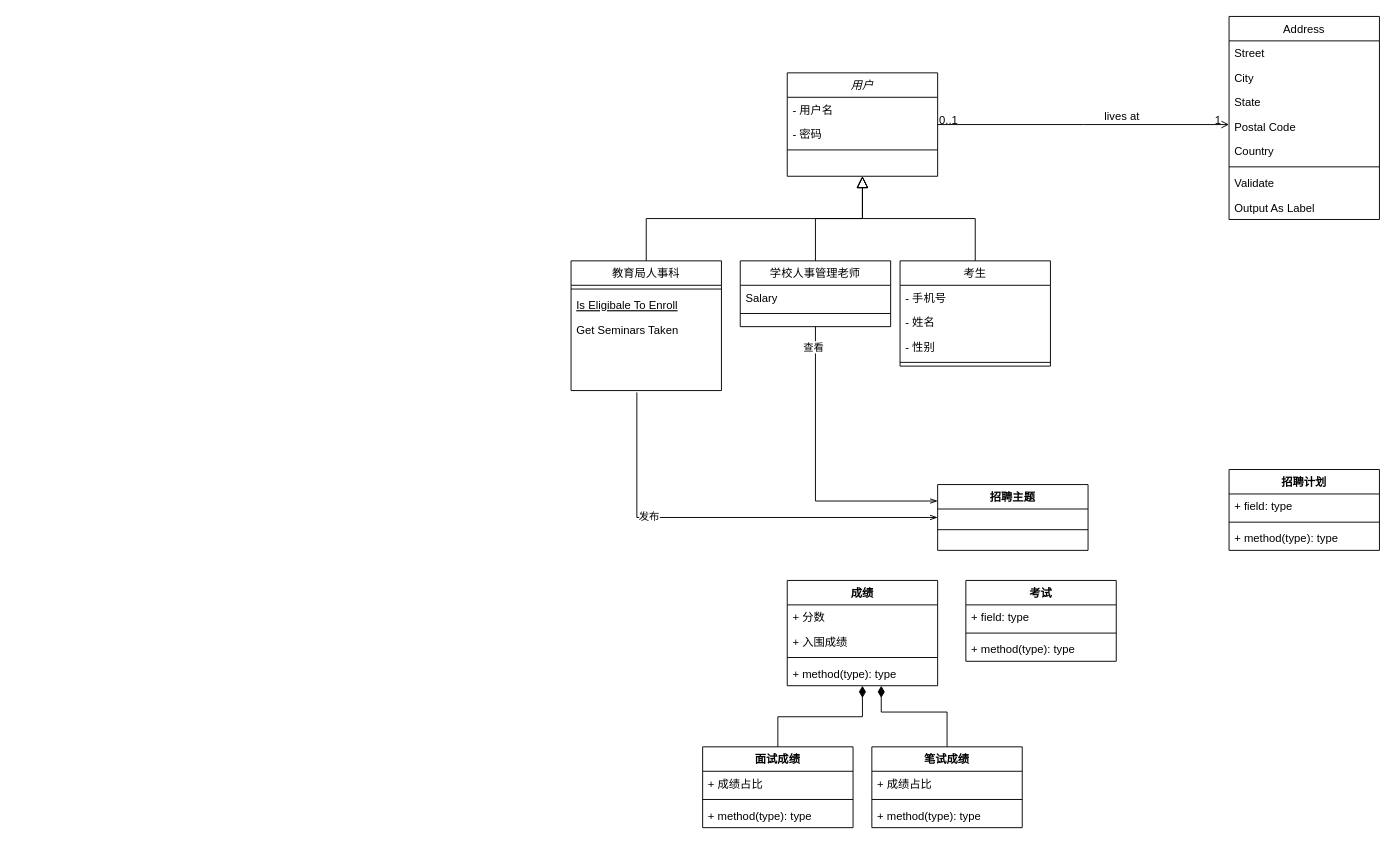
Before: Soft Engine.drawio in ylsAbyss/Soft-Engine, a draw.io diagram. Source tidied: cells renumbered, new cells numbered last; positions are measured from the earlier drawing's top-left corner, leaving out a move shared by most shapes. Both pictures are drawn from the tidied source at 94%, with x=0, y=0 at pixel (571, 16).
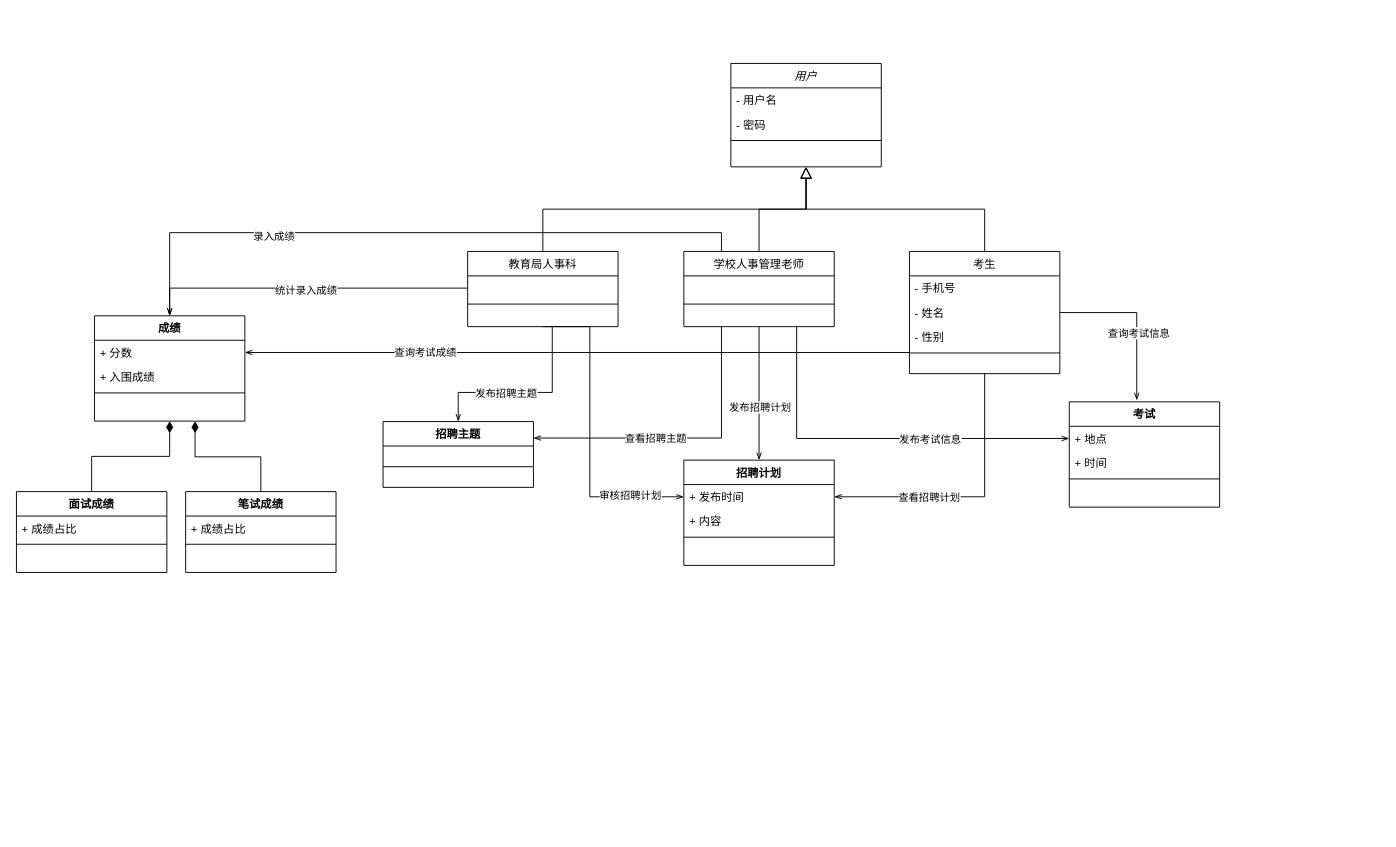
The same diagram, later.

Unchanged cells that the change refers to:
```xml
<mxCell id="32" value="- 姓名" style="text;align=left;verticalAlign=top;spacingLeft=4;spacingRight=4;overflow=hidden;points=[[0,0.5],[1,0.5]];portConstraint=eastwest;" parent="30" vertex="1">
  <mxGeometry y="52" width="160" height="26" as="geometry" />
</mxCell>
<mxCell id="41" value="+ 分数" style="text;strokeColor=none;fillColor=none;align=left;verticalAlign=top;spacingLeft=4;spacingRight=4;overflow=hidden;points=[[0,0.5],[1,0.5]];portConstraint=eastwest;" parent="40" vertex="1">
  <mxGeometry y="26" width="160" height="26" as="geometry" />
</mxCell>
```

What changed in the source:
```diff
@@
     <mxCell id="2" value="用户" style="swimlane;fontStyle=2;align=center;verticalAlign=top;horizontal=1;startSize=26;rounded=0;shadow=0;strokeWidth=1;" parent="1" vertex="1">
-      <mxGeometry x="230" y="60" width="160" height="110" as="geometry" />
+      <mxGeometry x="170" y="50" width="160" height="110" as="geometry" />
     </mxCell>
@@
+    <mxCell id="63" style="edgeStyle=orthogonalEdgeStyle;rounded=0;jettySize=auto;html=1;exitX=0.5;exitY=1;exitDx=0;exitDy=0;endArrow=openThin;endFill=0;entryX=0;entryY=0.5;entryDx=0;entryDy=0;" parent="1" edge="1" source="6" target="37">
+      <mxGeometry relative="1" as="geometry">
+        <Array as="points">
+          <mxPoint x="20" y="511" />
+        </Array>
+      </mxGeometry>
+    </mxCell>
+    <mxCell id="64" value="审核招聘计划" style="edgeLabel;html=1;align=center;verticalAlign=middle;" parent="63" vertex="1">
+      <mxGeometry x="0.21" y="2" relative="1" as="geometry">
+        <mxPoint x="40" y="29" as="offset" />
+      </mxGeometry>
+    </mxCell>
     <mxCell id="6" value="教育局人事科" style="swimlane;fontStyle=0;align=center;verticalAlign=top;horizontal=1;startSize=26;rounded=0;shadow=0;strokeWidth=1;" parent="1" vertex="1">
-      <mxGeometry y="260" width="160" height="138" as="geometry" />
+      <mxGeometry x="-110" y="250" width="160" height="80" as="geometry" />
     </mxCell>
+    <mxCell id="65" value=" " style="text;align=left;verticalAlign=top;spacingLeft=4;spacingRight=4;overflow=hidden;points=[[0,0.5],[1,0.5]];portConstraint=eastwest;" parent="6" vertex="1">
+      <mxGeometry y="26" width="160" height="26" as="geometry" />
+    </mxCell>
     <mxCell id="7" style="line;html=1;strokeWidth=1;align=left;verticalAlign=middle;spacingTop=-1;spacingLeft=3;spacingRight=3;labelPosition=right;" parent="6" vertex="1">
-      <mxGeometry y="26" width="160" height="8" as="geometry" />
+      <mxGeometry y="52" width="160" height="8" as="geometry" />
     </mxCell>
-    <mxCell id="8" value="Is Eligibale To Enroll" style="text;align=left;verticalAlign=top;spacingLeft=4;spacingRight=4;overflow=hidden;fontStyle=4;" parent="6" vertex="1">
-      <mxGeometry y="34" width="160" height="26" as="geometry" />
-    </mxCell>
-    <mxCell id="9" value="Get Seminars Taken" style="text;align=left;verticalAlign=top;spacingLeft=4;spacingRight=4;overflow=hidden;" parent="6" vertex="1">
-      <mxGeometry y="60" width="160" height="26" as="geometry" />
-    </mxCell>
@@
-    <mxCell id="11" style="edgeStyle=orthogonalEdgeStyle;rounded=0;jettySize=auto;html=1;exitX=0.5;exitY=1;exitDx=0;exitDy=0;entryX=0;entryY=0.25;entryDx=0;entryDy=0;endArrow=openThin;endFill=0;" parent="1" edge="1" source="13" target="49">
+    <mxCell id="11" style="edgeStyle=orthogonalEdgeStyle;rounded=0;jettySize=auto;html=1;exitX=0.25;exitY=1;exitDx=0;exitDy=0;entryX=1;entryY=0.25;entryDx=0;entryDy=0;endArrow=openThin;endFill=0;" parent="1" edge="1" source="13" target="49">
       <mxGeometry relative="1" as="geometry" />
     </mxCell>
-    <mxCell id="12" value="查看" style="edgeLabel;html=1;align=center;verticalAlign=middle;" parent="11" vertex="1">
-      <mxGeometry x="-0.87" y="-3" relative="1" as="geometry" />
-    </mxCell>
+    <mxCell id="66" value="查看招聘主题" style="edgeLabel;html=1;align=center;verticalAlign=middle;" parent="11" vertex="1">
+      <mxGeometry x="-0.09" y="-2" relative="1" as="geometry">
+        <mxPoint x="-44.3" y="2.4" as="offset" />
+      </mxGeometry>
+    </mxCell>
+    <mxCell id="67" style="edgeStyle=orthogonalEdgeStyle;rounded=0;jettySize=auto;html=1;exitX=0.5;exitY=1;exitDx=0;exitDy=0;endArrow=openThin;endFill=0;entryX=0.5;entryY=0;entryDx=0;entryDy=0;" parent="1" edge="1" source="13" target="36">
+      <mxGeometry relative="1" as="geometry" />
+    </mxCell>
+    <mxCell id="68" value="发布招聘计划" style="edgeLabel;html=1;align=center;verticalAlign=middle;" parent="67" vertex="1">
+      <mxGeometry x="0.26" y="3" relative="1" as="geometry">
+        <mxPoint x="-3" y="-4" as="offset" />
+      </mxGeometry>
+    </mxCell>
+    <mxCell id="69" style="edgeStyle=orthogonalEdgeStyle;rounded=0;jettySize=auto;html=1;exitX=0.25;exitY=0;exitDx=0;exitDy=0;entryX=0.5;entryY=0;entryDx=0;entryDy=0;endArrow=openThin;endFill=0;" parent="1" edge="1" source="13" target="40">
+      <mxGeometry relative="1" as="geometry" />
+    </mxCell>
+    <mxCell id="70" value="录入成绩" style="edgeLabel;html=1;align=center;verticalAlign=middle;" parent="69" vertex="1">
+      <mxGeometry x="0.43" y="3" relative="1" as="geometry" />
+    </mxCell>
+    <mxCell id="71" style="edgeStyle=orthogonalEdgeStyle;rounded=0;jettySize=auto;html=1;exitX=0.75;exitY=1;exitDx=0;exitDy=0;entryX=0;entryY=0.5;entryDx=0;entryDy=0;endArrow=openThin;endFill=0;" parent="1" edge="1" source="13" target="46">
+      <mxGeometry relative="1" as="geometry" />
+    </mxCell>
+    <mxCell id="72" value="发布考试信息" style="edgeLabel;html=1;align=center;verticalAlign=middle;" parent="71" vertex="1">
+      <mxGeometry x="0.47" relative="1" as="geometry">
+        <mxPoint x="-41" as="offset" />
+      </mxGeometry>
+    </mxCell>
     <mxCell id="13" value="学校人事管理老师" style="swimlane;fontStyle=0;align=center;verticalAlign=top;horizontal=1;startSize=26;rounded=0;shadow=0;strokeWidth=1;" parent="1" vertex="1">
-      <mxGeometry x="180" y="260" width="160" height="70" as="geometry" />
+      <mxGeometry x="120" y="250" width="160" height="80" as="geometry" />
     </mxCell>
-    <mxCell id="14" value="Salary" style="text;align=left;verticalAlign=top;spacingLeft=4;spacingRight=4;overflow=hidden;" parent="13" vertex="1">
+    <mxCell id="14" value=" " style="text;align=left;verticalAlign=top;spacingLeft=4;spacingRight=4;overflow=hidden;" parent="13" vertex="1">
       <mxGeometry y="26" width="160" height="26" as="geometry" />
     </mxCell>
@@
-    <mxCell id="17" value="Address" style="swimlane;fontStyle=0;align=center;verticalAlign=top;horizontal=1;startSize=26;rounded=0;shadow=0;strokeWidth=1;" parent="1" vertex="1">
-      <mxGeometry x="700" width="160" height="216" as="geometry" />
-    </mxCell>
-    <mxCell id="18" value="Street" style="text;align=left;verticalAlign=top;spacingLeft=4;spacingRight=4;overflow=hidden;" parent="17" vertex="1">
-      <mxGeometry y="26" width="160" height="26" as="geometry" />
-    </mxCell>
-    <mxCell id="19" value="City" style="text;align=left;verticalAlign=top;spacingLeft=4;spacingRight=4;overflow=hidden;rounded=0;shadow=0;html=0;" parent="17" vertex="1">
-      <mxGeometry y="52" width="160" height="26" as="geometry" />
-    </mxCell>
-    <mxCell id="20" value="State" style="text;align=left;verticalAlign=top;spacingLeft=4;spacingRight=4;overflow=hidden;rounded=0;shadow=0;html=0;" parent="17" vertex="1">
-      <mxGeometry y="78" width="160" height="26" as="geometry" />
-    </mxCell>
-    <mxCell id="21" value="Postal Code" style="text;align=left;verticalAlign=top;spacingLeft=4;spacingRight=4;overflow=hidden;rounded=0;shadow=0;html=0;" parent="17" vertex="1">
-      <mxGeometry y="104" width="160" height="26" as="geometry" />
-    </mxCell>
-    <mxCell id="22" value="Country" style="text;align=left;verticalAlign=top;spacingLeft=4;spacingRight=4;overflow=hidden;rounded=0;shadow=0;html=0;" parent="17" vertex="1">
-      <mxGeometry y="130" width="160" height="26" as="geometry" />
-    </mxCell>
-    <mxCell id="23" style="line;html=1;strokeWidth=1;align=left;verticalAlign=middle;spacingTop=-1;spacingLeft=3;spacingRight=3;labelPosition=right;" parent="17" vertex="1">
-      <mxGeometry y="156" width="160" height="8" as="geometry" />
-    </mxCell>
-    <mxCell id="24" value="Validate" style="text;align=left;verticalAlign=top;spacingLeft=4;spacingRight=4;overflow=hidden;" parent="17" vertex="1">
-      <mxGeometry y="164" width="160" height="26" as="geometry" />
-    </mxCell>
-    <mxCell id="25" value="Output As Label" style="text;align=left;verticalAlign=top;spacingLeft=4;spacingRight=4;overflow=hidden;" parent="17" vertex="1">
-      <mxGeometry y="190" width="160" height="26" as="geometry" />
-    </mxCell>
-    <mxCell id="26" style="endArrow=open;shadow=0;strokeWidth=1;rounded=0;endFill=1;edgeStyle=elbowEdgeStyle;elbow=vertical;" parent="1" edge="1" source="2" target="17">
-      <mxGeometry x="0.5" y="41" relative="1" as="geometry">
-        <mxPoint x="-40" y="32" as="offset" />
-      </mxGeometry>
-    </mxCell>
-    <mxCell id="27" value="0..1" style="align=left;verticalAlign=bottom;labelBackgroundColor=none;fontSize=12;" parent="26" vertex="1">
-      <mxGeometry x="-1" relative="1" as="geometry">
-        <mxPoint y="4" as="offset" />
-      </mxGeometry>
-    </mxCell>
-    <mxCell id="28" value="1" style="align=right;verticalAlign=bottom;labelBackgroundColor=none;fontSize=12;" parent="26" vertex="1">
-      <mxGeometry x="1" relative="1" as="geometry">
-        <mxPoint x="-7" y="4" as="offset" />
-      </mxGeometry>
-    </mxCell>
-    <mxCell id="29" value="lives at" style="text;html=1;align=center;verticalAlign=middle;labelBackgroundColor=none;rounded=0;shadow=0;strokeWidth=1;fontSize=12;" parent="26" vertex="1">
-      <mxGeometry x="0.5" y="49" relative="1" as="geometry">
-        <mxPoint x="-38" y="40" as="offset" />
-      </mxGeometry>
-    </mxCell>
+    <mxCell id="73" style="edgeStyle=orthogonalEdgeStyle;rounded=0;jettySize=auto;html=1;exitX=0.5;exitY=1;exitDx=0;exitDy=0;entryX=1;entryY=0.5;entryDx=0;entryDy=0;endArrow=openThin;endFill=0;" parent="1" edge="1" source="30" target="37">
+      <mxGeometry relative="1" as="geometry">
+        <Array as="points">
+          <mxPoint x="440" y="511" />
+        </Array>
+      </mxGeometry>
+    </mxCell>
+    <mxCell id="74" value="查看招聘计划" style="edgeLabel;html=1;align=center;verticalAlign=middle;" parent="73" vertex="1">
+      <mxGeometry x="-0.03" y="3" relative="1" as="geometry">
+        <mxPoint x="-50" y="-3" as="offset" />
+      </mxGeometry>
+    </mxCell>
     <mxCell id="30" value="考生" style="swimlane;fontStyle=0;align=center;verticalAlign=top;horizontal=1;startSize=26;rounded=0;shadow=0;strokeWidth=1;" parent="1" vertex="1">
-      <mxGeometry x="350" y="260" width="160" height="112" as="geometry" />
+      <mxGeometry x="360" y="250" width="160" height="130" as="geometry" />
     </mxCell>
@@
     <mxCell id="36" value="招聘计划" style="swimlane;fontStyle=1;align=center;verticalAlign=top;horizontal=1;startSize=26;" parent="1" vertex="1">
-      <mxGeometry x="700" y="482" width="160" height="86" as="geometry" />
+      <mxGeometry x="120" y="472" width="160" height="112" as="geometry" />
     </mxCell>
-    <mxCell id="37" value="+ field: type" style="text;strokeColor=none;fillColor=none;align=left;verticalAlign=top;spacingLeft=4;spacingRight=4;overflow=hidden;points=[[0,0.5],[1,0.5]];portConstraint=eastwest;" parent="36" vertex="1">
+    <mxCell id="37" value="+ 发布时间" style="text;strokeColor=none;fillColor=none;align=left;verticalAlign=top;spacingLeft=4;spacingRight=4;overflow=hidden;points=[[0,0.5],[1,0.5]];portConstraint=eastwest;" parent="36" vertex="1">
       <mxGeometry y="26" width="160" height="26" as="geometry" />
     </mxCell>
+    <mxCell id="75" value="+ 内容" style="text;strokeColor=none;fillColor=none;align=left;verticalAlign=top;spacingLeft=4;spacingRight=4;overflow=hidden;" parent="36" vertex="1">
+      <mxGeometry y="52" width="160" height="26" as="geometry" />
+    </mxCell>
     <mxCell id="38" style="line;strokeWidth=1;fillColor=none;align=left;verticalAlign=middle;spacingTop=-1;spacingLeft=3;spacingRight=3;labelPosition=right;" parent="36" vertex="1">
-      <mxGeometry y="52" width="160" height="8" as="geometry" />
+      <mxGeometry y="78" width="160" height="8" as="geometry" />
     </mxCell>
-    <mxCell id="39" value="+ method(type): type" style="text;strokeColor=none;fillColor=none;align=left;verticalAlign=top;spacingLeft=4;spacingRight=4;overflow=hidden;" parent="36" vertex="1">
-      <mxGeometry y="60" width="160" height="26" as="geometry" />
+    <mxCell id="39" value=" " style="text;strokeColor=none;fillColor=none;align=left;verticalAlign=top;spacingLeft=4;spacingRight=4;overflow=hidden;" parent="36" vertex="1">
+      <mxGeometry y="86" width="160" height="26" as="geometry" />
     </mxCell>
     <mxCell id="40" value="成绩" style="swimlane;fontStyle=1;align=center;verticalAlign=top;horizontal=1;startSize=26;" parent="1" vertex="1">
-      <mxGeometry x="230" y="600" width="160" height="112" as="geometry" />
+      <mxGeometry x="-507" y="318.5" width="160" height="112" as="geometry" />
     </mxCell>
@@
-    <mxCell id="44" value="+ method(type): type" style="text;strokeColor=none;fillColor=none;align=left;verticalAlign=top;spacingLeft=4;spacingRight=4;overflow=hidden;points=[[0,0.5],[1,0.5]];portConstraint=eastwest;" parent="40" vertex="1">
+    <mxCell id="44" value=" " style="text;strokeColor=none;fillColor=none;align=left;verticalAlign=top;spacingLeft=4;spacingRight=4;overflow=hidden;points=[[0,0.5],[1,0.5]];portConstraint=eastwest;" parent="40" vertex="1">
       <mxGeometry y="86" width="160" height="26" as="geometry" />
     </mxCell>
     <mxCell id="45" value="考试" style="swimlane;fontStyle=1;align=center;verticalAlign=top;horizontal=1;startSize=26;" parent="1" vertex="1">
-      <mxGeometry x="420" y="600" width="160" height="86" as="geometry" />
+      <mxGeometry x="530" y="410" width="160" height="112" as="geometry" />
     </mxCell>
-    <mxCell id="46" value="+ field: type" style="text;strokeColor=none;fillColor=none;align=left;verticalAlign=top;spacingLeft=4;spacingRight=4;overflow=hidden;points=[[0,0.5],[1,0.5]];portConstraint=eastwest;" parent="45" vertex="1">
+    <mxCell id="46" value="+ 地点" style="text;strokeColor=none;fillColor=none;align=left;verticalAlign=top;spacingLeft=4;spacingRight=4;overflow=hidden;points=[[0,0.5],[1,0.5]];portConstraint=eastwest;" parent="45" vertex="1">
       <mxGeometry y="26" width="160" height="26" as="geometry" />
     </mxCell>
+    <mxCell id="76" value="+ 时间" style="text;strokeColor=none;fillColor=none;align=left;verticalAlign=top;spacingLeft=4;spacingRight=4;overflow=hidden;" parent="45" vertex="1">
+      <mxGeometry y="52" width="160" height="26" as="geometry" />
+    </mxCell>
     <mxCell id="47" style="line;strokeWidth=1;fillColor=none;align=left;verticalAlign=middle;spacingTop=-1;spacingLeft=3;spacingRight=3;labelPosition=right;" parent="45" vertex="1">
-      <mxGeometry y="52" width="160" height="8" as="geometry" />
+      <mxGeometry y="78" width="160" height="8" as="geometry" />
     </mxCell>
-    <mxCell id="48" value="+ method(type): type" style="text;strokeColor=none;fillColor=none;align=left;verticalAlign=top;spacingLeft=4;spacingRight=4;overflow=hidden;" parent="45" vertex="1">
-      <mxGeometry y="60" width="160" height="26" as="geometry" />
+    <mxCell id="48" value=" " style="text;strokeColor=none;fillColor=none;align=left;verticalAlign=top;spacingLeft=4;spacingRight=4;overflow=hidden;" parent="45" vertex="1">
+      <mxGeometry y="86" width="160" height="26" as="geometry" />
     </mxCell>
     <mxCell id="49" value="招聘主题" style="swimlane;fontStyle=1;align=center;verticalAlign=top;horizontal=1;startSize=26;" parent="1" vertex="1">
-      <mxGeometry x="390" y="498" width="160" height="70" as="geometry" />
+      <mxGeometry x="-200" y="431" width="160" height="70" as="geometry" />
     </mxCell>
@@
-    <mxCell id="51" style="edgeStyle=orthogonalEdgeStyle;rounded=0;jettySize=auto;html=1;endArrow=openThin;endFill=0;entryX=0;entryY=0.5;entryDx=0;entryDy=0;" parent="1" edge="1" target="49">
-      <mxGeometry relative="1" as="geometry">
-        <mxPoint x="70" y="400" as="sourcePoint" />
-        <Array as="points">
-          <mxPoint x="70" y="533" />
-        </Array>
-      </mxGeometry>
-    </mxCell>
-    <mxCell id="52" value="发布" style="edgeLabel;html=1;align=center;verticalAlign=middle;" parent="51" vertex="1">
-      <mxGeometry x="-0.36" y="2" relative="1" as="geometry" />
-    </mxCell>
     <mxCell id="53" value="面试成绩" style="swimlane;fontStyle=1;align=center;verticalAlign=top;horizontal=1;startSize=26;" parent="1" vertex="1">
-      <mxGeometry x="140" y="777" width="160" height="86" as="geometry" />
+      <mxGeometry x="-590" y="505.5" width="160" height="86" as="geometry" />
     </mxCell>
@@
-    <mxCell id="56" value="+ method(type): type" style="text;strokeColor=none;fillColor=none;align=left;verticalAlign=top;spacingLeft=4;spacingRight=4;overflow=hidden;" parent="53" vertex="1">
+    <mxCell id="56" value=" " style="text;strokeColor=none;fillColor=none;align=left;verticalAlign=top;spacingLeft=4;spacingRight=4;overflow=hidden;" parent="53" vertex="1">
       <mxGeometry y="60" width="160" height="26" as="geometry" />
     </mxCell>
     <mxCell id="57" value="笔试成绩" style="swimlane;fontStyle=1;align=center;verticalAlign=top;horizontal=1;startSize=26;" parent="1" vertex="1">
-      <mxGeometry x="320" y="777" width="160" height="86" as="geometry" />
+      <mxGeometry x="-410" y="505.5" width="160" height="86" as="geometry" />
     </mxCell>
@@
-    <mxCell id="60" value="+ method(type): type" style="text;strokeColor=none;fillColor=none;align=left;verticalAlign=top;spacingLeft=4;spacingRight=4;overflow=hidden;" parent="57" vertex="1">
+    <mxCell id="60" value=" " style="text;strokeColor=none;fillColor=none;align=left;verticalAlign=top;spacingLeft=4;spacingRight=4;overflow=hidden;" parent="57" vertex="1">
       <mxGeometry y="60" width="160" height="26" as="geometry" />
     </mxCell>
@@
     <mxCell id="62" style="endArrow=diamondThin;endSize=10;endFill=1;shadow=0;strokeWidth=1;rounded=0;edgeStyle=elbowEdgeStyle;elbow=vertical;exitX=0.5;exitY=0;exitDx=0;exitDy=0;" parent="1" edge="1" source="57" target="44">
       <mxGeometry relative="1" as="geometry">
         <Array as="points">
-          <mxPoint x="330" y="740" />
-          <mxPoint x="300" y="730" />
+          <mxPoint x="-400" y="468.5" />
+          <mxPoint x="-430" y="458.5" />
         </Array>
       </mxGeometry>
     </mxCell>
+    <mxCell id="77" style="edgeStyle=orthogonalEdgeStyle;rounded=0;jettySize=auto;html=1;endArrow=openThin;endFill=0;entryX=1;entryY=0.5;entryDx=0;entryDy=0;" parent="1" edge="1" target="41">
+      <mxGeometry relative="1" as="geometry">
+        <mxPoint x="360" y="359" as="sourcePoint" />
+        <Array as="points">
+          <mxPoint x="360" y="358" />
+        </Array>
+      </mxGeometry>
+    </mxCell>
+    <mxCell id="78" value="查询考试成绩" style="edgeLabel;html=1;align=center;verticalAlign=middle;" parent="77" vertex="1">
+      <mxGeometry x="0.46" relative="1" as="geometry" />
+    </mxCell>
+    <mxCell id="79" style="edgeStyle=orthogonalEdgeStyle;rounded=0;jettySize=auto;html=1;endArrow=openThin;endFill=0;entryX=0.5;entryY=0;entryDx=0;entryDy=0;" parent="1" edge="1" target="49">
+      <mxGeometry relative="1" as="geometry">
+        <mxPoint x="-20" y="330" as="sourcePoint" />
+        <Array as="points">
+          <mxPoint x="-20" y="330" />
+          <mxPoint x="-20" y="400" />
+          <mxPoint x="-120" y="400" />
+        </Array>
+      </mxGeometry>
+    </mxCell>
+    <mxCell id="80" value="发布招聘主题" style="edgeLabel;html=1;align=center;verticalAlign=middle;" parent="79" vertex="1">
+      <mxGeometry x="-0.15" relative="1" as="geometry">
+        <mxPoint x="-34.3" y="0.5" as="offset" />
+      </mxGeometry>
+    </mxCell>
+    <mxCell id="81" style="edgeStyle=orthogonalEdgeStyle;rounded=0;jettySize=auto;html=1;exitX=0;exitY=0.5;exitDx=0;exitDy=0;entryX=0.5;entryY=0;entryDx=0;entryDy=0;endArrow=openThin;endFill=0;" parent="1" edge="1" source="65" target="40">
+      <mxGeometry relative="1" as="geometry" />
+    </mxCell>
+    <mxCell id="82" value="统计录入成绩" style="edgeLabel;html=1;align=center;verticalAlign=middle;" parent="81" vertex="1">
+      <mxGeometry y="2" relative="1" as="geometry" />
+    </mxCell>
+    <mxCell id="83" style="edgeStyle=orthogonalEdgeStyle;rounded=0;jettySize=auto;html=1;exitX=1;exitY=0.5;exitDx=0;exitDy=0;entryX=0.449;entryY=-0.014;entryDx=0;entryDy=0;entryPerimeter=0;endArrow=openThin;endFill=0;" parent="1" edge="1" source="32" target="45">
+      <mxGeometry relative="1" as="geometry" />
+    </mxCell>
+    <mxCell id="84" value="查询考试信息" style="edgeLabel;html=1;align=center;verticalAlign=middle;" parent="83" vertex="1">
+      <mxGeometry x="0.18" y="2" relative="1" as="geometry" />
+    </mxCell>
```
